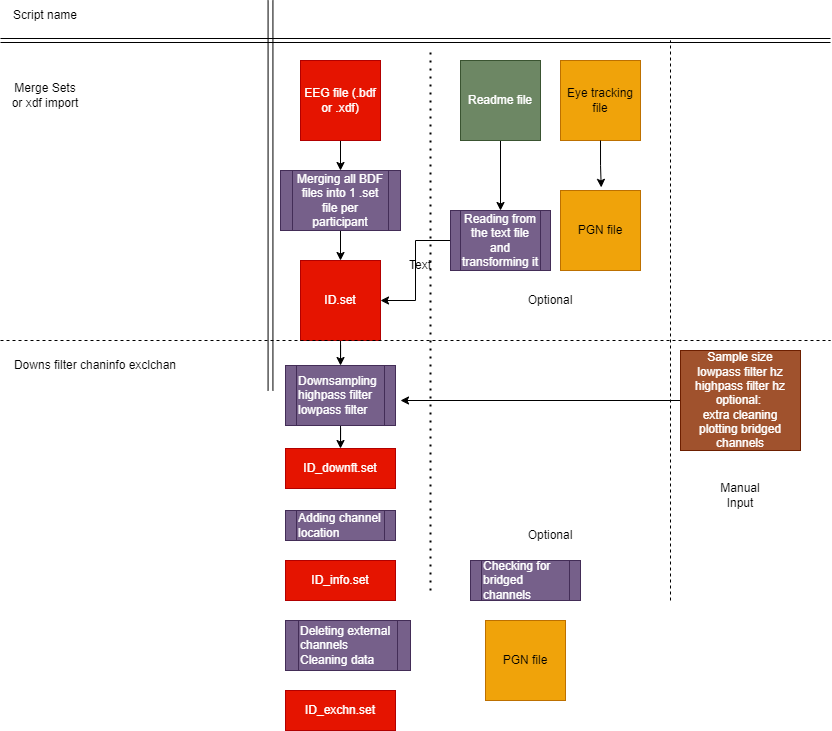
Earlier version of the draw.io export images/Procesflow.png (DouweHorsthuis/EEG_to_ERP_pipeline_stats_R). Source tidied: cells renumbered, new cells last; positions are measured from the earlier drawing's top-left corner, leaving out a move shared by most shapes.
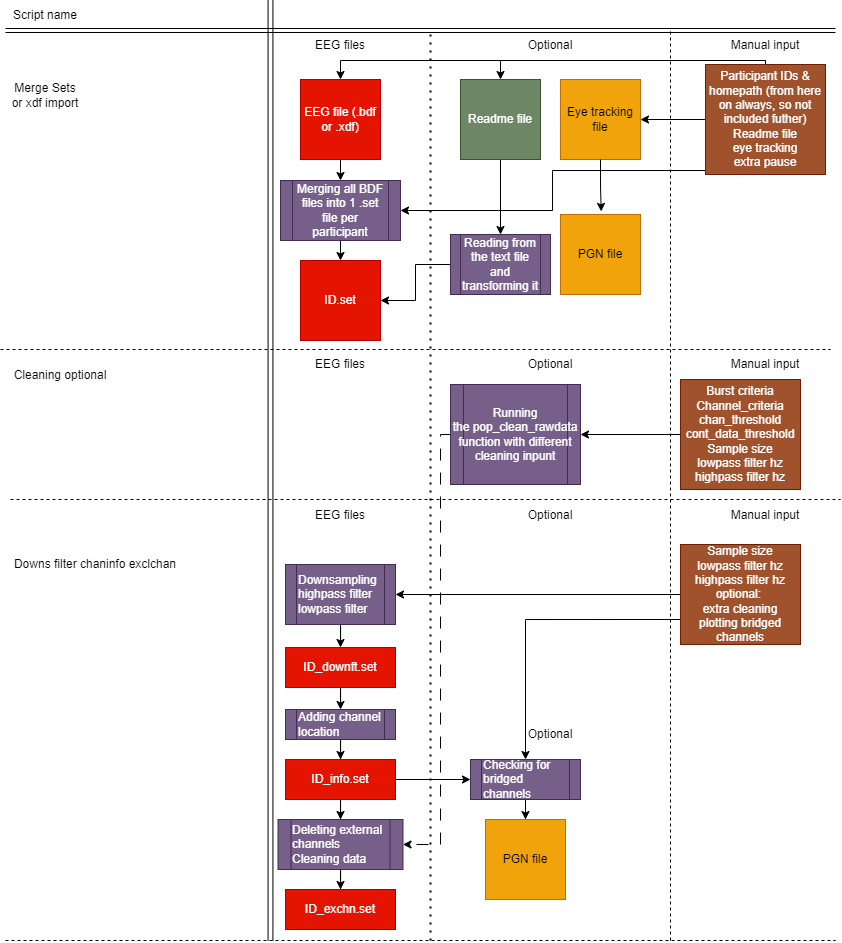
The same diagram one commit later.

What changed in the source:
```diff
@@ -6,13 +6,13 @@
       <mxGeometry relative="1" as="geometry" />
     </mxCell>
     <mxCell id="3" value="Readme file" style="whiteSpace=wrap;html=1;fillColor=#6d8764;strokeColor=#3A5431;fontColor=#ffffff;" parent="1" vertex="1">
-      <mxGeometry x="460" y="60" width="80" height="80" as="geometry" />
+      <mxGeometry x="460" y="79" width="80" height="80" as="geometry" />
     </mxCell>
     <mxCell id="4" style="edgeStyle=orthogonalEdgeStyle;rounded=0;jettySize=auto;html=1;exitX=0.5;exitY=1;exitDx=0;exitDy=0;entryX=0.5;entryY=0;entryDx=0;entryDy=0;" parent="1" edge="1" source="5" target="19">
       <mxGeometry relative="1" as="geometry" />
     </mxCell>
     <mxCell id="5" value="EEG file (.bdf or .xdf)" style="whiteSpace=wrap;html=1;fillColor=#e51400;fontColor=#ffffff;strokeColor=#B20000;" parent="1" vertex="1">
-      <mxGeometry x="300" y="60" width="80" height="80" as="geometry" />
+      <mxGeometry x="300" y="79" width="80" height="80" as="geometry" />
     </mxCell>
     <mxCell id="6" value="Script name" style="text;html=1;align=center;verticalAlign=middle;whiteSpace=wrap;rounded=0;" parent="1" vertex="1">
       <mxGeometry x="10" width="70" height="30" as="geometry" />
@@ -23,109 +23,205 @@
     <mxCell id="8" style="shape=link;html=1;rounded=0;width=4.857142857142858;" parent="1" edge="1">
       <mxGeometry relative="1" as="geometry">
         <mxPoint x="270" as="sourcePoint" />
-        <mxPoint x="270" y="390" as="targetPoint" />
+        <mxPoint x="270" y="940" as="targetPoint" />
       </mxGeometry>
     </mxCell>
     <mxCell id="9" style="shape=link;html=1;rounded=0;" parent="1" edge="1">
       <mxGeometry relative="1" as="geometry">
-        <mxPoint y="40" as="sourcePoint" />
-        <mxPoint x="830" y="40" as="targetPoint" />
+        <mxPoint x="5" y="30" as="sourcePoint" />
+        <mxPoint x="835" y="30" as="targetPoint" />
       </mxGeometry>
     </mxCell>
     <mxCell id="10" value="Eye tracking file" style="whiteSpace=wrap;html=1;fillColor=#f0a30a;fontColor=#000000;strokeColor=#BD7000;" parent="1" vertex="1">
-      <mxGeometry x="560" y="60" width="80" height="80" as="geometry" />
+      <mxGeometry x="560" y="79" width="80" height="80" as="geometry" />
     </mxCell>
     <mxCell id="11" value="Optional" style="text;html=1;align=center;verticalAlign=middle;whiteSpace=wrap;rounded=0;" parent="1" vertex="1">
-      <mxGeometry x="520" y="285" width="60" height="30" as="geometry" />
+      <mxGeometry x="520" y="30" width="60" height="30" as="geometry" />
     </mxCell>
-    <mxCell id="12" style="edgeStyle=orthogonalEdgeStyle;rounded=0;jettySize=auto;html=1;" parent="1" edge="1" source="13" target="25">
-      <mxGeometry relative="1" as="geometry" />
-    </mxCell>
     <mxCell id="13" value="ID.set" style="whiteSpace=wrap;html=1;fillColor=#e51400;fontColor=#ffffff;strokeColor=#B20000;" parent="1" vertex="1">
       <mxGeometry x="300" y="260" width="80" height="80" as="geometry" />
     </mxCell>
     <mxCell id="14" value="PGN file" style="whiteSpace=wrap;html=1;fillColor=#f0a30a;fontColor=#000000;strokeColor=#BD7000;" parent="1" vertex="1">
-      <mxGeometry x="560" y="190" width="80" height="80" as="geometry" />
+      <mxGeometry x="560" y="214" width="80" height="80" as="geometry" />
     </mxCell>
     <mxCell id="15" style="edgeStyle=orthogonalEdgeStyle;rounded=0;jettySize=auto;html=1;exitX=0.5;exitY=1;exitDx=0;exitDy=0;entryX=0.509;entryY=-0.039;entryDx=0;entryDy=0;entryPerimeter=0;" parent="1" edge="1" source="10" target="14">
       <mxGeometry relative="1" as="geometry" />
     </mxCell>
     <mxCell id="16" value="Downs filter chaninfo exclchan" style="text;html=1;align=center;verticalAlign=middle;whiteSpace=wrap;rounded=0;" parent="1" vertex="1">
-      <mxGeometry x="10" y="350" width="170" height="30" as="geometry" />
+      <mxGeometry x="10" y="549" width="170" height="30" as="geometry" />
     </mxCell>
     <mxCell id="17" style="endArrow=none;dashed=1;html=1;rounded=0;" parent="1" edge="1">
       <mxGeometry relative="1" as="geometry">
-        <mxPoint y="340" as="sourcePoint" />
-        <mxPoint x="830" y="340" as="targetPoint" />
+        <mxPoint y="349" as="sourcePoint" />
+        <mxPoint x="830" y="349" as="targetPoint" />
       </mxGeometry>
     </mxCell>
     <mxCell id="18" style="edgeStyle=orthogonalEdgeStyle;rounded=0;jettySize=auto;html=1;exitX=0.5;exitY=1;exitDx=0;exitDy=0;entryX=0.5;entryY=0;entryDx=0;entryDy=0;" parent="1" edge="1" source="19" target="13">
       <mxGeometry relative="1" as="geometry" />
     </mxCell>
     <mxCell id="19" value="&lt;div&gt;&lt;br&gt;&lt;/div&gt;&lt;div&gt;Merging all BDF files into 1 .set file per participant&lt;/div&gt;&lt;div&gt;&lt;br&gt;&lt;/div&gt;" style="shape=process;whiteSpace=wrap;html=1;backgroundOutline=1;fillColor=#76608a;fontColor=#ffffff;strokeColor=#432D57;" parent="1" vertex="1">
-      <mxGeometry x="280" y="170" width="120" height="60" as="geometry" />
+      <mxGeometry x="280" y="180" width="120" height="60" as="geometry" />
     </mxCell>
     <mxCell id="20" style="edgeStyle=orthogonalEdgeStyle;rounded=0;jettySize=auto;html=1;exitX=0;exitY=0.5;exitDx=0;exitDy=0;entryX=1;entryY=0.5;entryDx=0;entryDy=0;" parent="1" edge="1" source="21" target="13">
       <mxGeometry relative="1" as="geometry" />
     </mxCell>
     <mxCell id="21" value="&lt;div&gt;Reading from the text file and transforming it&lt;/div&gt;" style="shape=process;whiteSpace=wrap;html=1;backgroundOutline=1;fillColor=#76608a;fontColor=#ffffff;strokeColor=#432D57;" parent="1" vertex="1">
-      <mxGeometry x="450" y="210" width="100" height="60" as="geometry" />
+      <mxGeometry x="450" y="234" width="100" height="60" as="geometry" />
     </mxCell>
     <mxCell id="22" style="endArrow=none;dashed=1;html=1;dashPattern=1 3;strokeWidth=2;rounded=0;" parent="1" edge="1">
       <mxGeometry relative="1" as="geometry">
-        <mxPoint x="430" y="590" as="sourcePoint" />
-        <mxPoint x="430" y="50" as="targetPoint" />
+        <mxPoint x="430" y="940" as="sourcePoint" />
+        <mxPoint x="430" y="30" as="targetPoint" />
       </mxGeometry>
     </mxCell>
-    <mxCell id="23" value="Text" style="text;html=1;align=center;verticalAlign=middle;whiteSpace=wrap;rounded=0;" parent="1" vertex="1">
-      <mxGeometry x="390" y="250" width="60" height="30" as="geometry" />
-    </mxCell>
     <mxCell id="24" style="edgeStyle=orthogonalEdgeStyle;rounded=0;jettySize=auto;html=1;entryX=0.5;entryY=0;entryDx=0;entryDy=0;" parent="1" edge="1" source="25" target="26">
       <mxGeometry relative="1" as="geometry" />
     </mxCell>
     <mxCell id="25" value="&lt;span style=&quot;background-color: initial;&quot;&gt;Downsampling&lt;/span&gt;&lt;br&gt;&lt;span style=&quot;background-color: initial;&quot;&gt;highpass filter&lt;/span&gt;&lt;br&gt;&lt;span style=&quot;background-color: initial;&quot;&gt;lowpass filter&lt;/span&gt;" style="shape=process;whiteSpace=wrap;html=1;backgroundOutline=1;fillColor=#76608a;fontColor=#ffffff;strokeColor=#432D57;align=left;" parent="1" vertex="1">
-      <mxGeometry x="285" y="365" width="110" height="60" as="geometry" />
+      <mxGeometry x="285" y="564" width="110" height="60" as="geometry" />
     </mxCell>
+    <mxCell id="38" style="edgeStyle=orthogonalEdgeStyle;rounded=0;jettySize=auto;html=1;entryX=0.5;entryY=0;entryDx=0;entryDy=0;" parent="1" edge="1" source="26" target="30">
+      <mxGeometry relative="1" as="geometry" />
+    </mxCell>
     <mxCell id="26" value="ID_downft.set" style="whiteSpace=wrap;html=1;fillColor=#e51400;fontColor=#ffffff;strokeColor=#B20000;" parent="1" vertex="1">
-      <mxGeometry x="285" y="448" width="110" height="40" as="geometry" />
+      <mxGeometry x="285" y="647" width="110" height="40" as="geometry" />
     </mxCell>
-    <mxCell id="27" style="edgeStyle=orthogonalEdgeStyle;rounded=0;jettySize=auto;html=1;" parent="1" edge="1" source="28">
-      <mxGeometry relative="1" as="geometry">
-        <mxPoint x="400" y="400" as="targetPoint" />
-      </mxGeometry>
-    </mxCell>
+    <mxCell id="39" style="edgeStyle=orthogonalEdgeStyle;rounded=0;jettySize=auto;html=1;exitX=0;exitY=0.75;exitDx=0;exitDy=0;entryX=0.5;entryY=0;entryDx=0;entryDy=0;" parent="1" edge="1" source="28" target="32">
+      <mxGeometry relative="1" as="geometry" />
+    </mxCell>
+    <mxCell id="40" style="edgeStyle=orthogonalEdgeStyle;rounded=0;jettySize=auto;html=1;entryX=1;entryY=0.5;entryDx=0;entryDy=0;" parent="1" edge="1" source="28" target="25">
+      <mxGeometry relative="1" as="geometry" />
+    </mxCell>
     <mxCell id="28" value="Sample size&lt;br&gt;lowpass filter hz&lt;br&gt;highpass filter hz&lt;br&gt;optional:&amp;nbsp;&lt;br&gt;extra cleaning&lt;br&gt;plotting bridged channels" style="rounded=0;whiteSpace=wrap;html=1;fillColor=#a0522d;fontColor=#ffffff;strokeColor=#6D1F00;" parent="1" vertex="1">
-      <mxGeometry x="680" y="350" width="120" height="100" as="geometry" />
+      <mxGeometry x="680" y="544" width="120" height="100" as="geometry" />
     </mxCell>
-    <mxCell id="29" value="Manual Input" style="text;html=1;align=center;verticalAlign=middle;whiteSpace=wrap;rounded=0;" parent="1" vertex="1">
-      <mxGeometry x="710" y="480" width="60" height="30" as="geometry" />
-    </mxCell>
+    <mxCell id="41" style="edgeStyle=orthogonalEdgeStyle;rounded=0;jettySize=auto;html=1;entryX=0.5;entryY=0;entryDx=0;entryDy=0;" parent="1" edge="1" source="30" target="31">
+      <mxGeometry relative="1" as="geometry" />
+    </mxCell>
     <mxCell id="30" value="Adding channel location&lt;br&gt;" style="shape=process;whiteSpace=wrap;html=1;backgroundOutline=1;fillColor=#76608a;fontColor=#ffffff;strokeColor=#432D57;align=left;" parent="1" vertex="1">
-      <mxGeometry x="285" y="510" width="110" height="30" as="geometry" />
+      <mxGeometry x="285" y="709" width="110" height="30" as="geometry" />
     </mxCell>
+    <mxCell id="42" style="edgeStyle=orthogonalEdgeStyle;rounded=0;jettySize=auto;html=1;entryX=0.5;entryY=0;entryDx=0;entryDy=0;" parent="1" edge="1" source="31" target="36">
+      <mxGeometry relative="1" as="geometry" />
+    </mxCell>
+    <mxCell id="43" style="edgeStyle=orthogonalEdgeStyle;rounded=0;jettySize=auto;html=1;exitX=1;exitY=0.5;exitDx=0;exitDy=0;entryX=0;entryY=0.5;entryDx=0;entryDy=0;" parent="1" edge="1" source="31" target="32">
+      <mxGeometry relative="1" as="geometry" />
+    </mxCell>
     <mxCell id="31" value="ID_info.set" style="whiteSpace=wrap;html=1;fillColor=#e51400;fontColor=#ffffff;strokeColor=#B20000;" parent="1" vertex="1">
-      <mxGeometry x="285" y="560" width="110" height="40" as="geometry" />
+      <mxGeometry x="285" y="759" width="110" height="40" as="geometry" />
     </mxCell>
+    <mxCell id="44" style="edgeStyle=orthogonalEdgeStyle;rounded=0;jettySize=auto;html=1;entryX=0.5;entryY=0;entryDx=0;entryDy=0;" parent="1" edge="1" source="32" target="35">
+      <mxGeometry relative="1" as="geometry" />
+    </mxCell>
     <mxCell id="32" value="Checking for bridged channels" style="shape=process;whiteSpace=wrap;html=1;backgroundOutline=1;fillColor=#76608a;fontColor=#ffffff;strokeColor=#432D57;align=left;" parent="1" vertex="1">
-      <mxGeometry x="470" y="560" width="110" height="40" as="geometry" />
+      <mxGeometry x="470" y="759" width="110" height="40" as="geometry" />
     </mxCell>
     <mxCell id="33" value="Optional" style="text;html=1;align=center;verticalAlign=middle;whiteSpace=wrap;rounded=0;" parent="1" vertex="1">
-      <mxGeometry x="520" y="520" width="60" height="30" as="geometry" />
+      <mxGeometry x="520" y="719" width="60" height="30" as="geometry" />
     </mxCell>
     <mxCell id="34" style="endArrow=none;dashed=1;html=1;rounded=0;" parent="1" edge="1">
       <mxGeometry relative="1" as="geometry">
-        <mxPoint x="670" y="600" as="sourcePoint" />
-        <mxPoint x="670" y="40" as="targetPoint" />
+        <mxPoint x="670" y="940" as="sourcePoint" />
+        <mxPoint x="670" y="30" as="targetPoint" />
       </mxGeometry>
     </mxCell>
     <mxCell id="35" value="PGN file" style="whiteSpace=wrap;html=1;fillColor=#f0a30a;fontColor=#000000;strokeColor=#BD7000;" parent="1" vertex="1">
-      <mxGeometry x="485" y="620" width="80" height="80" as="geometry" />
+      <mxGeometry x="485" y="819" width="80" height="80" as="geometry" />
     </mxCell>
+    <mxCell id="45" style="edgeStyle=orthogonalEdgeStyle;rounded=0;jettySize=auto;html=1;entryX=0.5;entryY=0;entryDx=0;entryDy=0;" parent="1" edge="1" source="36" target="37">
+      <mxGeometry relative="1" as="geometry" />
+    </mxCell>
     <mxCell id="36" value="Deleting external channels&lt;br&gt;Cleaning data&amp;nbsp;" style="shape=process;whiteSpace=wrap;html=1;backgroundOutline=1;fillColor=#76608a;fontColor=#ffffff;strokeColor=#432D57;align=left;" parent="1" vertex="1">
-      <mxGeometry x="285" y="620" width="125" height="50" as="geometry" />
+      <mxGeometry x="277.5" y="819" width="125" height="50" as="geometry" />
     </mxCell>
     <mxCell id="37" value="ID_exchn&lt;span style=&quot;background-color: initial;&quot;&gt;.set&lt;/span&gt;" style="whiteSpace=wrap;html=1;fillColor=#e51400;fontColor=#ffffff;strokeColor=#B20000;" parent="1" vertex="1">
-      <mxGeometry x="285" y="690" width="110" height="40" as="geometry" />
+      <mxGeometry x="285" y="889" width="110" height="40" as="geometry" />
     </mxCell>
+    <mxCell id="46" style="endArrow=none;dashed=1;html=1;rounded=0;" parent="1" edge="1">
+      <mxGeometry relative="1" as="geometry">
+        <mxPoint x="5" y="940" as="sourcePoint" />
+        <mxPoint x="835" y="940" as="targetPoint" />
+      </mxGeometry>
+    </mxCell>
+    <mxCell id="47" value="Cleaning optional" style="text;html=1;align=center;verticalAlign=middle;whiteSpace=wrap;rounded=0;" parent="1" vertex="1">
+      <mxGeometry x="10" y="360" width="100" height="30" as="geometry" />
+    </mxCell>
+    <mxCell id="48" style="edgeStyle=orthogonalEdgeStyle;rounded=0;jettySize=auto;html=1;entryX=1;entryY=0.5;entryDx=0;entryDy=0;dashed=1;dashPattern=12 12;" parent="1" edge="1" source="49" target="36">
+      <mxGeometry relative="1" as="geometry">
+        <Array as="points">
+          <mxPoint x="440" y="434" />
+          <mxPoint x="440" y="844" />
+        </Array>
+      </mxGeometry>
+    </mxCell>
+    <mxCell id="49" value="Running the&amp;nbsp;pop_clean_rawdata function with different cleaning inpunt" style="shape=process;whiteSpace=wrap;html=1;backgroundOutline=1;fillColor=#76608a;fontColor=#ffffff;strokeColor=#432D57;" parent="1" vertex="1">
+      <mxGeometry x="450" y="384" width="130" height="100" as="geometry" />
+    </mxCell>
+    <mxCell id="50" style="edgeStyle=orthogonalEdgeStyle;rounded=0;jettySize=auto;html=1;entryX=1;entryY=0.5;entryDx=0;entryDy=0;" parent="1" edge="1" source="51" target="49">
+      <mxGeometry relative="1" as="geometry" />
+    </mxCell>
+    <mxCell id="51" value="Burst criteria&lt;br&gt;Channel_criteria&lt;br&gt;chan_threshold&lt;br&gt;cont_data_threshold&lt;br&gt;Sample size&lt;br style=&quot;border-color: var(--border-color);&quot;&gt;lowpass filter hz&lt;br style=&quot;border-color: var(--border-color);&quot;&gt;highpass filter hz" style="rounded=0;whiteSpace=wrap;html=1;fillColor=#a0522d;fontColor=#ffffff;strokeColor=#6D1F00;" parent="1" vertex="1">
+      <mxGeometry x="680" y="379" width="120" height="110" as="geometry" />
+    </mxCell>
+    <mxCell id="52" style="endArrow=none;dashed=1;html=1;rounded=0;" parent="1" edge="1">
+      <mxGeometry relative="1" as="geometry">
+        <mxPoint x="10" y="499" as="sourcePoint" />
+        <mxPoint x="840" y="499" as="targetPoint" />
+      </mxGeometry>
+    </mxCell>
+    <mxCell id="53" value="Manual input" style="text;html=1;align=center;verticalAlign=middle;whiteSpace=wrap;rounded=0;" parent="1" vertex="1">
+      <mxGeometry x="720" y="30" width="90" height="30" as="geometry" />
+    </mxCell>
+    <mxCell id="54" value="EEG files" style="text;html=1;align=center;verticalAlign=middle;whiteSpace=wrap;rounded=0;" parent="1" vertex="1">
+      <mxGeometry x="310" y="30" width="60" height="30" as="geometry" />
+    </mxCell>
+    <mxCell id="55" value="Optional" style="text;html=1;align=center;verticalAlign=middle;whiteSpace=wrap;rounded=0;" parent="1" vertex="1">
+      <mxGeometry x="520" y="349" width="60" height="30" as="geometry" />
+    </mxCell>
+    <mxCell id="56" value="Manual input" style="text;html=1;align=center;verticalAlign=middle;whiteSpace=wrap;rounded=0;" parent="1" vertex="1">
+      <mxGeometry x="720" y="349" width="90" height="30" as="geometry" />
+    </mxCell>
+    <mxCell id="57" value="EEG files" style="text;html=1;align=center;verticalAlign=middle;whiteSpace=wrap;rounded=0;" parent="1" vertex="1">
+      <mxGeometry x="310" y="349" width="60" height="30" as="geometry" />
+    </mxCell>
+    <mxCell id="58" style="edgeStyle=orthogonalEdgeStyle;rounded=0;jettySize=auto;html=1;entryX=1;entryY=0.5;entryDx=0;entryDy=0;" parent="1" edge="1" source="62" target="10">
+      <mxGeometry relative="1" as="geometry" />
+    </mxCell>
+    <mxCell id="59" style="edgeStyle=orthogonalEdgeStyle;rounded=0;jettySize=auto;html=1;entryX=0.5;entryY=0;entryDx=0;entryDy=0;" parent="1" edge="1" source="62" target="3">
+      <mxGeometry relative="1" as="geometry">
+        <Array as="points">
+          <mxPoint x="765" y="60" />
+          <mxPoint x="500" y="60" />
+        </Array>
+      </mxGeometry>
+    </mxCell>
+    <mxCell id="60" style="edgeStyle=orthogonalEdgeStyle;rounded=0;jettySize=auto;html=1;exitX=0.5;exitY=0;exitDx=0;exitDy=0;entryX=0.5;entryY=0;entryDx=0;entryDy=0;" parent="1" edge="1" source="62" target="5">
+      <mxGeometry relative="1" as="geometry">
+        <Array as="points">
+          <mxPoint x="765" y="60" />
+          <mxPoint x="340" y="60" />
+        </Array>
+      </mxGeometry>
+    </mxCell>
+    <mxCell id="61" style="edgeStyle=orthogonalEdgeStyle;rounded=0;jettySize=auto;html=1;entryX=1;entryY=0.5;entryDx=0;entryDy=0;" parent="1" edge="1" source="62" target="19">
+      <mxGeometry relative="1" as="geometry">
+        <Array as="points">
+          <mxPoint x="552" y="170" />
+          <mxPoint x="552" y="210" />
+        </Array>
+      </mxGeometry>
+    </mxCell>
+    <mxCell id="62" value="Participant IDs &amp;amp; homepath (from here on always, so not included futher)&lt;br&gt;Readme file&lt;br&gt;eye tracking&lt;br&gt;extra pause" style="rounded=0;whiteSpace=wrap;html=1;fillColor=#a0522d;fontColor=#ffffff;strokeColor=#6D1F00;" parent="1" vertex="1">
+      <mxGeometry x="705" y="64" width="120" height="110" as="geometry" />
+    </mxCell>
+    <mxCell id="63" value="Optional" style="text;html=1;align=center;verticalAlign=middle;whiteSpace=wrap;rounded=0;" parent="1" vertex="1">
+      <mxGeometry x="520" y="500" width="60" height="30" as="geometry" />
+    </mxCell>
+    <mxCell id="64" value="Manual input" style="text;html=1;align=center;verticalAlign=middle;whiteSpace=wrap;rounded=0;" parent="1" vertex="1">
+      <mxGeometry x="720" y="500" width="90" height="30" as="geometry" />
+    </mxCell>
+    <mxCell id="65" value="EEG files" style="text;html=1;align=center;verticalAlign=middle;whiteSpace=wrap;rounded=0;" parent="1" vertex="1">
+      <mxGeometry x="310" y="500" width="60" height="30" as="geometry" />
+    </mxCell>
   </root>
 </mxGraphModel>
```
